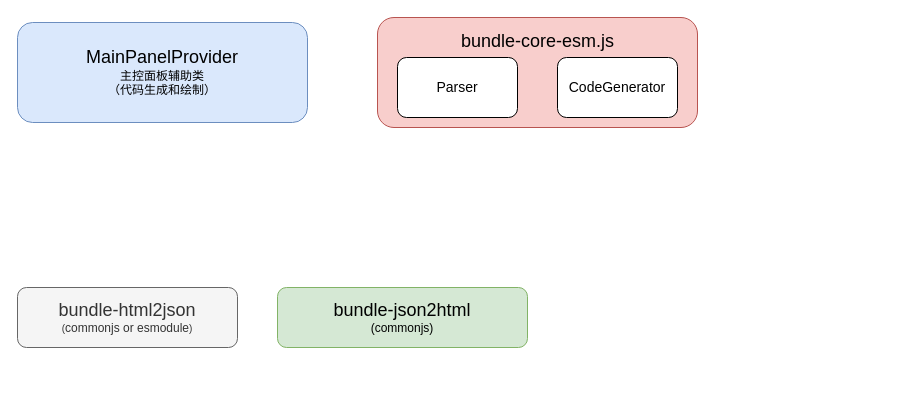
Before: 低代码平台梳理.drawio in LiuZhiXiong/designer, a draw.io diagram. Source tidied: cells renumbered, new cells numbered last; positions are measured from the earlier drawing's top-left corner, leaving out a move shared by most shapes. Both pictures are drawn from the tidied source at 100%, with x=0, y=0 at pixel (17, 17).
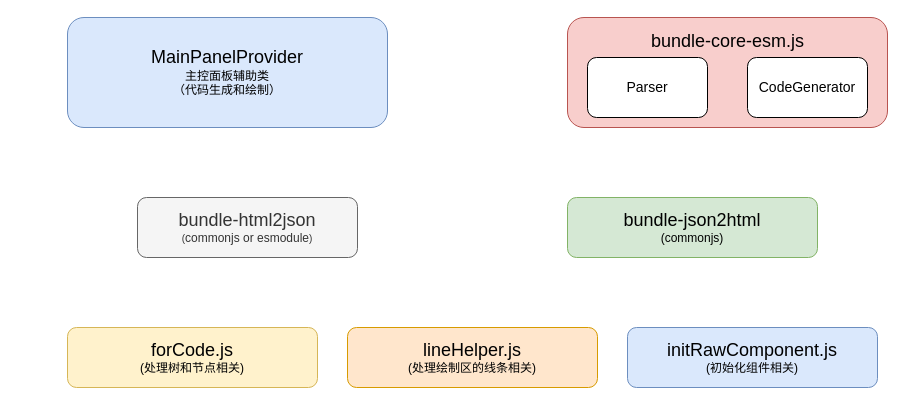
The same diagram, later.

Commit message:
更新低代码平台梳理.drawio

What changed in the source:
```diff
@@
 <mxGraphModel>
   <root>
     <mxCell id="0" />
     <mxCell id="1" parent="0" />
     <mxCell id="2" value="&lt;font style=&quot;font-size: 18px;&quot;&gt;MainPanelProvider&lt;/font&gt;&lt;br&gt;主控面板辅助类&lt;br&gt;（代码生成和绘制）" style="rounded=1;whiteSpace=wrap;html=1;fillColor=#dae8fc;strokeColor=#6c8ebf;" parent="1" vertex="1">
-      <mxGeometry y="5" width="290" height="100" as="geometry" />
+      <mxGeometry x="50" width="320" height="110" as="geometry" />
     </mxCell>
+    <mxCell id="7" value="&lt;font style=&quot;&quot;&gt;&lt;span style=&quot;font-size: 18px;&quot;&gt;bundle-html2json&lt;/span&gt;&lt;br&gt;&lt;font size=&quot;1&quot;&gt;(&lt;/font&gt;commonjs or esmodule&lt;font size=&quot;1&quot;&gt;)&lt;br&gt;&lt;/font&gt;&lt;/font&gt;" style="rounded=1;whiteSpace=wrap;html=1;fillColor=#f5f5f5;strokeColor=#666666;fontColor=#333333;" parent="1" vertex="1">
+      <mxGeometry x="120" y="180" width="220" height="60" as="geometry" />
+    </mxCell>
+    <mxCell id="8" value="&lt;font style=&quot;&quot;&gt;&lt;font style=&quot;font-size: 18px;&quot;&gt;bundle-json2html&lt;br&gt;&lt;/font&gt;&lt;font style=&quot;border-color: var(--border-color);&quot;&gt;(&lt;/font&gt;commonjs&lt;font style=&quot;border-color: var(--border-color);&quot;&gt;)&lt;/font&gt;&lt;br&gt;&lt;/font&gt;" style="rounded=1;whiteSpace=wrap;html=1;fillColor=#d5e8d4;strokeColor=#82b366;" parent="1" vertex="1">
+      <mxGeometry x="550" y="180" width="250" height="60" as="geometry" />
+    </mxCell>
+    <mxCell id="9" value="&lt;font style=&quot;&quot;&gt;&lt;font style=&quot;font-size: 18px;&quot;&gt;forCode.js&lt;br&gt;&lt;/font&gt;(处理树和节点相关)&lt;br&gt;&lt;/font&gt;" style="rounded=1;whiteSpace=wrap;html=1;fillColor=#fff2cc;strokeColor=#d6b656;" parent="1" vertex="1">
+      <mxGeometry x="50" y="310" width="250" height="60" as="geometry" />
+    </mxCell>
+    <mxCell id="10" style="group;" parent="1" vertex="1">
+      <mxGeometry x="550" width="320" height="110" as="geometry" />
+    </mxCell>
-    <mxCell id="3" style="rounded=1;whiteSpace=wrap;html=1;fillColor=#f8cecc;strokeColor=#b85450;" parent="1" vertex="1">
-      <mxGeometry x="360" width="320" height="110" as="geometry" />
+    <mxCell id="3" style="rounded=1;whiteSpace=wrap;html=1;fillColor=#f8cecc;strokeColor=#b85450;" parent="10" vertex="1">
+      <mxGeometry width="320" height="110" as="geometry" />
     </mxCell>
-    <mxCell id="4" value="&lt;font style=&quot;font-size: 14px;&quot;&gt;Parser&lt;/font&gt;" style="rounded=1;whiteSpace=wrap;html=1;" parent="1" vertex="1">
-      <mxGeometry x="380" y="40" width="120" height="60" as="geometry" />
+    <mxCell id="4" value="&lt;font style=&quot;font-size: 14px;&quot;&gt;Parser&lt;/font&gt;" style="rounded=1;whiteSpace=wrap;html=1;" parent="10" vertex="1">
+      <mxGeometry x="20" y="40" width="120" height="60" as="geometry" />
     </mxCell>
-    <mxCell id="5" value="&lt;font style=&quot;font-size: 14px;&quot;&gt;CodeGenerator&lt;/font&gt;" style="rounded=1;whiteSpace=wrap;html=1;" parent="1" vertex="1">
-      <mxGeometry x="540" y="40" width="120" height="60" as="geometry" />
+    <mxCell id="5" value="&lt;font style=&quot;font-size: 14px;&quot;&gt;CodeGenerator&lt;/font&gt;" style="rounded=1;whiteSpace=wrap;html=1;" parent="10" vertex="1">
+      <mxGeometry x="180" y="40" width="120" height="60" as="geometry" />
     </mxCell>
-    <mxCell id="6" value="&lt;font style=&quot;font-size: 18px;&quot;&gt;bundle-core-esm.js&lt;/font&gt;" style="text;html=1;strokeColor=none;fillColor=none;align=center;verticalAlign=middle;whiteSpace=wrap;rounded=0;" parent="1" vertex="1">
-      <mxGeometry x="438.8" y="9" width="162.5" height="30" as="geometry" />
+    <mxCell id="6" value="&lt;font style=&quot;font-size: 18px;&quot;&gt;bundle-core-esm.js&lt;/font&gt;" style="text;html=1;strokeColor=none;fillColor=none;align=center;verticalAlign=middle;whiteSpace=wrap;rounded=0;" parent="10" vertex="1">
+      <mxGeometry x="78.8" y="9" width="162.5" height="30" as="geometry" />
     </mxCell>
-    <mxCell id="7" value="&lt;font style=&quot;&quot;&gt;&lt;span style=&quot;font-size: 18px;&quot;&gt;bundle-html2json&lt;/span&gt;&lt;br&gt;&lt;font size=&quot;1&quot;&gt;(&lt;/font&gt;commonjs or esmodule&lt;font size=&quot;1&quot;&gt;)&lt;br&gt;&lt;/font&gt;&lt;/font&gt;" style="rounded=1;whiteSpace=wrap;html=1;fillColor=#f5f5f5;strokeColor=#666666;fontColor=#333333;" parent="1" vertex="1">
-      <mxGeometry y="270" width="220" height="60" as="geometry" />
-    </mxCell>
-    <mxCell id="8" value="&lt;font style=&quot;&quot;&gt;&lt;font style=&quot;font-size: 18px;&quot;&gt;bundle-json2html&lt;br&gt;&lt;/font&gt;&lt;font style=&quot;border-color: var(--border-color);&quot;&gt;(&lt;/font&gt;commonjs&lt;font style=&quot;border-color: var(--border-color);&quot;&gt;)&lt;/font&gt;&lt;br&gt;&lt;/font&gt;" style="rounded=1;whiteSpace=wrap;html=1;fillColor=#d5e8d4;strokeColor=#82b366;" parent="1" vertex="1">
-      <mxGeometry x="260" y="270" width="250" height="60" as="geometry" />
-    </mxCell>
+    <mxCell id="11" value="&lt;font style=&quot;&quot;&gt;&lt;font style=&quot;font-size: 18px;&quot;&gt;initRawComponent.js&lt;br&gt;&lt;/font&gt;(初始化组件相关)&lt;br&gt;&lt;/font&gt;" style="rounded=1;whiteSpace=wrap;html=1;fillColor=#dae8fc;strokeColor=#6c8ebf;" parent="1" vertex="1">
+      <mxGeometry x="610" y="310" width="250" height="60" as="geometry" />
+    </mxCell>
+    <mxCell id="12" value="&lt;font style=&quot;&quot;&gt;&lt;font style=&quot;font-size: 18px;&quot;&gt;lineHelper.js&lt;br&gt;&lt;/font&gt;(处理绘制区的线条相关)&lt;br&gt;&lt;/font&gt;" style="rounded=1;whiteSpace=wrap;html=1;fillColor=#ffe6cc;strokeColor=#d79b00;" parent="1" vertex="1">
+      <mxGeometry x="330" y="310" width="250" height="60" as="geometry" />
+    </mxCell>
   </root>
 </mxGraphModel>
```
